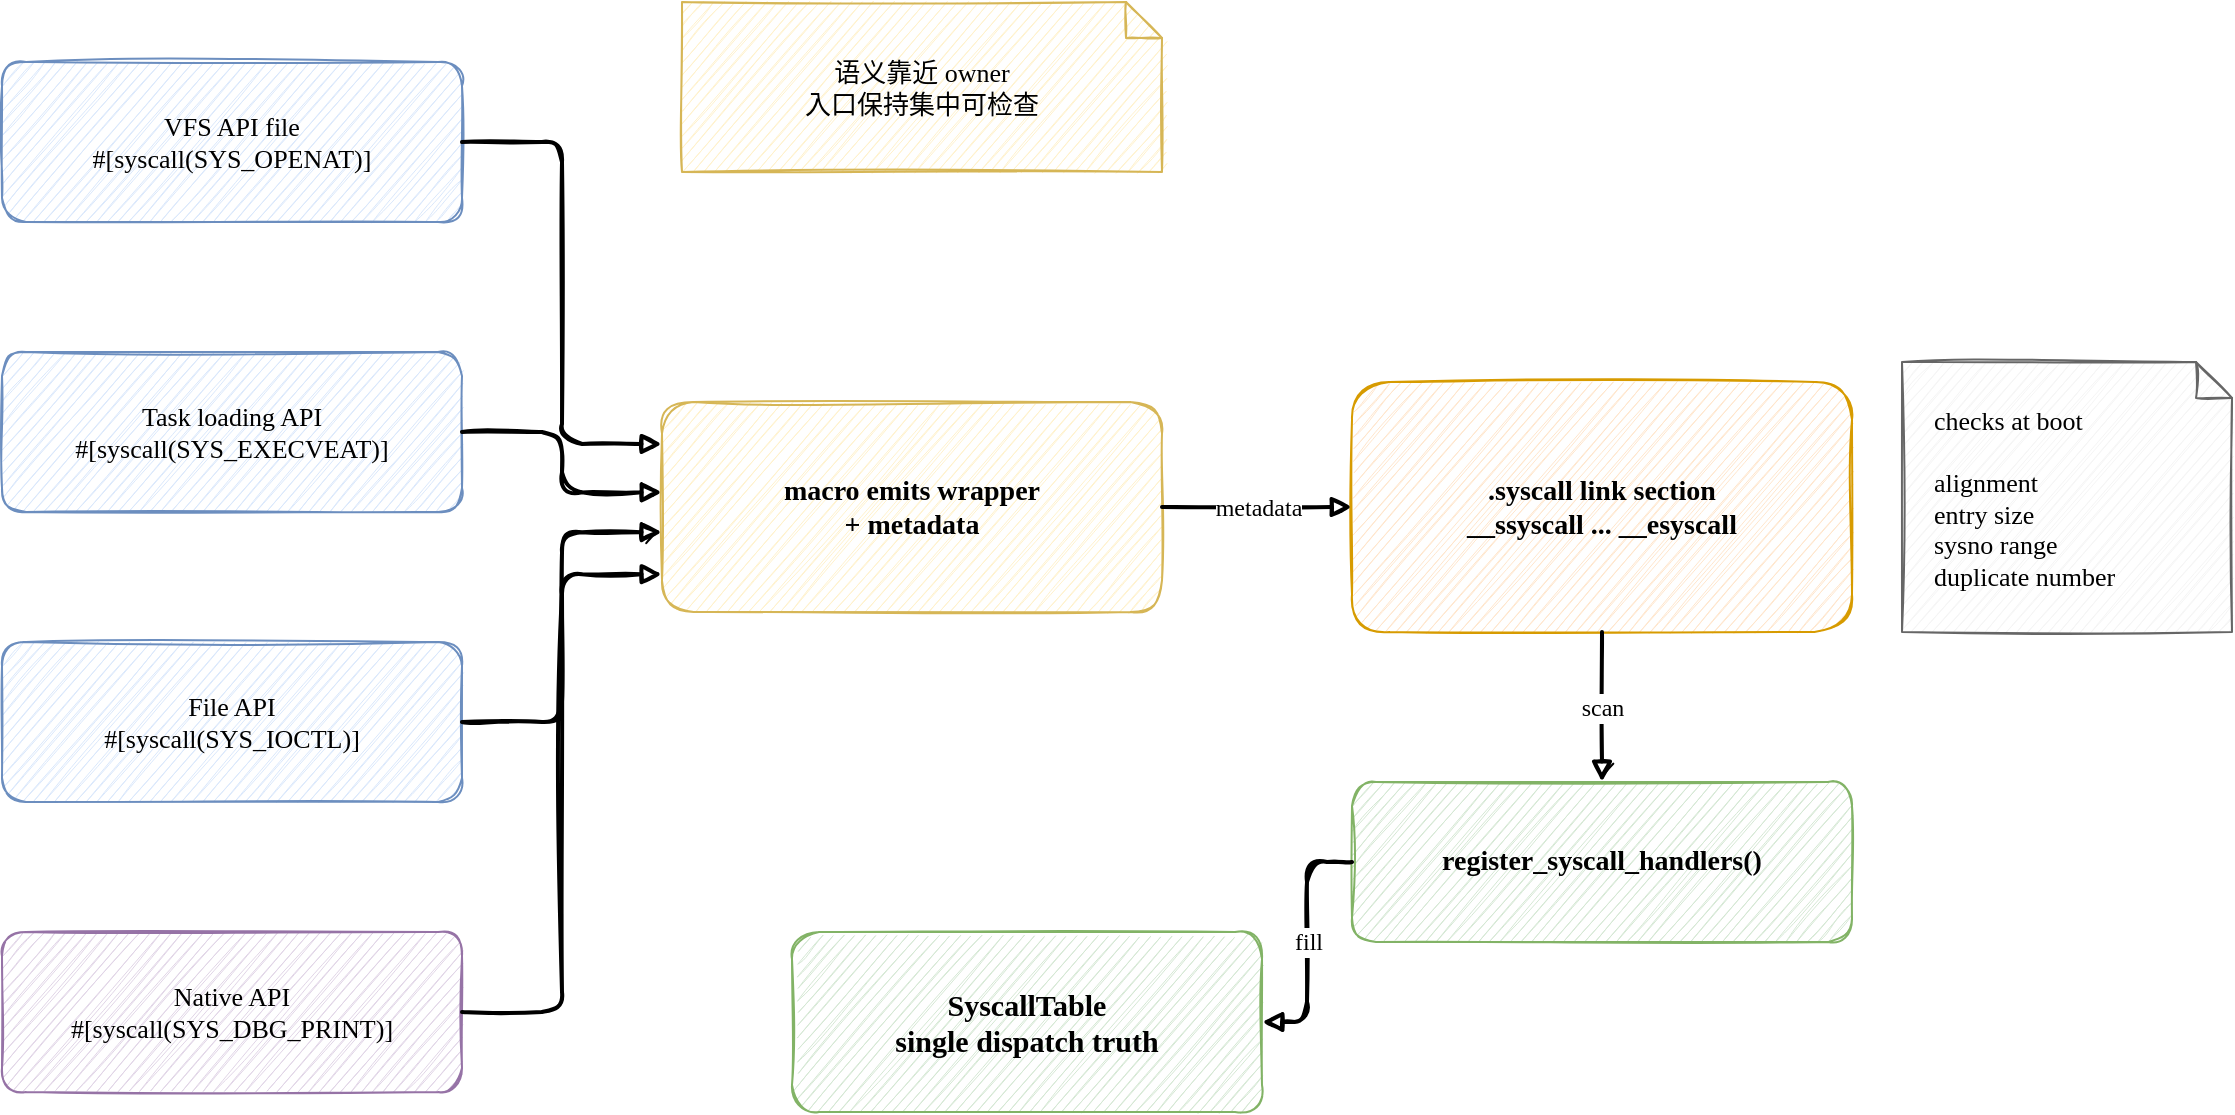
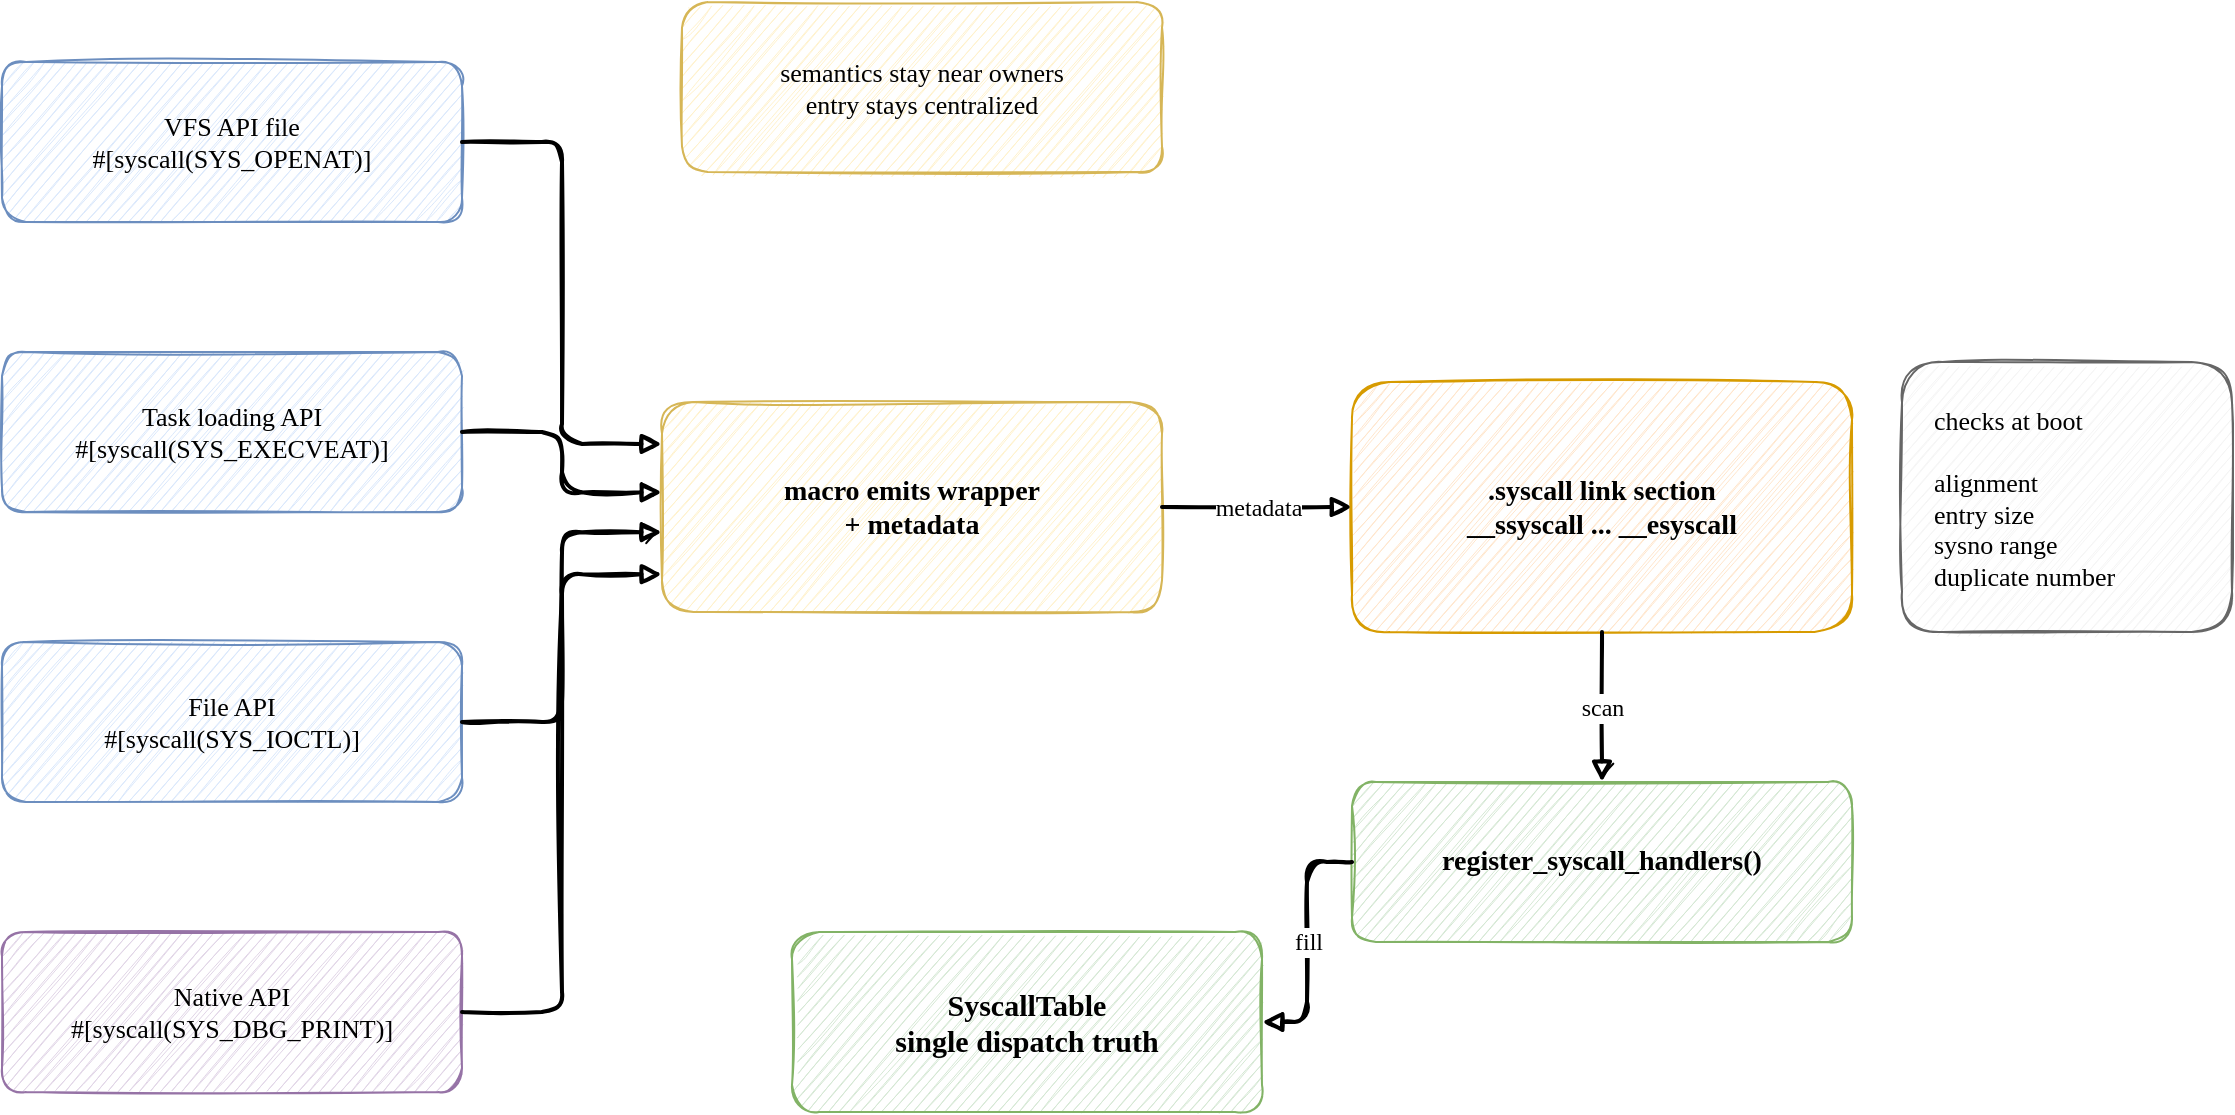
<?xml version="1.0" encoding="UTF-8"?>
- <mxfile host="drawio" version="26.0.0">
+ <mxfile host="drawio" version="30.2.4">
  <diagram name="syscall-registry">
    <mxGraphModel dx="1280" dy="720" grid="1" gridSize="10" guides="1" tooltips="1" connect="1" arrows="1" fold="1" page="1" pageScale="1" pageWidth="1180" pageHeight="700" math="0" shadow="0">
      <root>
        <mxCell id="0" />
        <mxCell id="1" parent="0" />
        <mxCell id="2" value="VFS API file&#xa;#[syscall(SYS_OPENAT)]" style="rounded=1;whiteSpace=wrap;html=1;sketch=1;hachureGap=4;fillColor=#dae8fc;strokeColor=#6c8ebf;fontFamily=Comic Sans MS;fontSize=13;" vertex="1" parent="1">
          <mxGeometry x="50" y="85" width="230" height="80" as="geometry" />
        </mxCell>
        <mxCell id="3" value="Task loading API&#xa;#[syscall(SYS_EXECVEAT)]" style="rounded=1;whiteSpace=wrap;html=1;sketch=1;hachureGap=4;fillColor=#dae8fc;strokeColor=#6c8ebf;fontFamily=Comic Sans MS;fontSize=13;" vertex="1" parent="1">
          <mxGeometry x="50" y="230" width="230" height="80" as="geometry" />
        </mxCell>
        <mxCell id="4" value="File API&#xa;#[syscall(SYS_IOCTL)]" style="rounded=1;whiteSpace=wrap;html=1;sketch=1;hachureGap=4;fillColor=#dae8fc;strokeColor=#6c8ebf;fontFamily=Comic Sans MS;fontSize=13;" vertex="1" parent="1">
          <mxGeometry x="50" y="375" width="230" height="80" as="geometry" />
        </mxCell>
        <mxCell id="5" value="Native API&#xa;#[syscall(SYS_DBG_PRINT)]" style="rounded=1;whiteSpace=wrap;html=1;sketch=1;hachureGap=4;fillColor=#e1d5e7;strokeColor=#9673a6;fontFamily=Comic Sans MS;fontSize=13;" vertex="1" parent="1">
          <mxGeometry x="50" y="520" width="230" height="80" as="geometry" />
        </mxCell>
        <mxCell id="6" value="macro emits wrapper&#xa;+ metadata" style="rounded=1;whiteSpace=wrap;html=1;sketch=1;hachureGap=4;fillColor=#fff2cc;strokeColor=#d6b656;fontFamily=Comic Sans MS;fontSize=14;fontStyle=1;" vertex="1" parent="1">
          <mxGeometry x="380" y="255" width="250" height="105" as="geometry" />
        </mxCell>
        <mxCell id="7" value=".syscall link section&#xa;__ssyscall ... __esyscall" style="rounded=1;whiteSpace=wrap;html=1;sketch=1;hachureGap=4;fillColor=#ffe6cc;strokeColor=#d79b00;fontFamily=Comic Sans MS;fontSize=14;fontStyle=1;" vertex="1" parent="1">
          <mxGeometry x="725" y="245" width="250" height="125" as="geometry" />
        </mxCell>
        <mxCell id="8" value="register_syscall_handlers()" style="rounded=1;whiteSpace=wrap;html=1;sketch=1;hachureGap=4;fillColor=#d5e8d4;strokeColor=#82b366;fontFamily=Comic Sans MS;fontSize=14;fontStyle=1;" vertex="1" parent="1">
          <mxGeometry x="725" y="445" width="250" height="80" as="geometry" />
        </mxCell>
-         <mxCell id="9" value="checks at boot&#xa;&#xa;alignment&#xa;entry size&#xa;sysno range&#xa;duplicate number" style="shape=note;whiteSpace=wrap;html=1;size=18;sketch=1;hachureGap=4;fillColor=#f5f5f5;strokeColor=#666666;fontFamily=Comic Sans MS;fontSize=13;align=left;spacingLeft=14;" vertex="1" parent="1">
+         <mxCell id="9" value="checks at boot&#xa;&#xa;alignment&#xa;entry size&#xa;sysno range&#xa;duplicate number" style="rounded=1;whiteSpace=wrap;html=1;sketch=1;hachureGap=4;fillColor=#f5f5f5;strokeColor=#666666;fontFamily=Comic Sans MS;fontSize=13;align=left;spacingLeft=14;" vertex="1" parent="1">
          <mxGeometry x="1000" y="235" width="165" height="135" as="geometry" />
        </mxCell>
        <mxCell id="11" value="SyscallTable&#xa;single dispatch truth" style="rounded=1;whiteSpace=wrap;html=1;sketch=1;hachureGap=4;fillColor=#d5e8d4;strokeColor=#82b366;fontFamily=Comic Sans MS;fontSize=15;fontStyle=1;" vertex="1" parent="1">
          <mxGeometry x="445" y="520" width="235" height="90" as="geometry" />
        </mxCell>
-         <mxCell id="12" value="语义靠近 owner&#xa;入口保持集中可检查" style="shape=note;whiteSpace=wrap;html=1;size=18;sketch=1;hachureGap=4;fillColor=#fff2cc;strokeColor=#d6b656;fontFamily=Comic Sans MS;fontSize=13;" vertex="1" parent="1">
+         <mxCell id="12" value="semantics stay near owners&#xa;entry stays centralized" style="rounded=1;whiteSpace=wrap;html=1;sketch=1;hachureGap=4;fillColor=#fff2cc;strokeColor=#d6b656;fontFamily=Comic Sans MS;fontSize=13;" vertex="1" parent="1">
          <mxGeometry x="390" y="55" width="240" height="85" as="geometry" />
        </mxCell>
        <mxCell id="13" value="" style="edgeStyle=orthogonalEdgeStyle;rounded=1;orthogonalLoop=1;jettySize=auto;html=1;sketch=1;strokeWidth=2;endArrow=block;exitX=1;exitY=0.5;entryX=0;entryY=0.2;" edge="1" parent="1" source="2" target="6">
          <mxGeometry relative="1" as="geometry" />
        </mxCell>
        <mxCell id="14" value="" style="edgeStyle=orthogonalEdgeStyle;rounded=1;orthogonalLoop=1;jettySize=auto;html=1;sketch=1;strokeWidth=2;endArrow=block;exitX=1;exitY=0.5;entryX=0;entryY=0.43;" edge="1" parent="1" source="3" target="6">
          <mxGeometry relative="1" as="geometry" />
        </mxCell>
        <mxCell id="15" value="" style="edgeStyle=orthogonalEdgeStyle;rounded=1;orthogonalLoop=1;jettySize=auto;html=1;sketch=1;strokeWidth=2;endArrow=block;exitX=1;exitY=0.5;entryX=0;entryY=0.62;" edge="1" parent="1" source="4" target="6">
          <mxGeometry relative="1" as="geometry" />
        </mxCell>
        <mxCell id="16" value="" style="edgeStyle=orthogonalEdgeStyle;rounded=1;orthogonalLoop=1;jettySize=auto;html=1;sketch=1;strokeWidth=2;endArrow=block;exitX=1;exitY=0.5;entryX=0;entryY=0.82;" edge="1" parent="1" source="5" target="6">
          <mxGeometry relative="1" as="geometry" />
        </mxCell>
        <mxCell id="17" value="metadata" style="edgeStyle=orthogonalEdgeStyle;rounded=1;orthogonalLoop=1;jettySize=auto;html=1;sketch=1;strokeWidth=2;endArrow=block;exitX=1;exitY=0.5;entryX=0;entryY=0.5;fontFamily=Comic Sans MS;fontSize=12;" edge="1" parent="1" source="6" target="7">
          <mxGeometry relative="1" as="geometry" />
        </mxCell>
        <mxCell id="18" value="scan" style="edgeStyle=orthogonalEdgeStyle;rounded=1;orthogonalLoop=1;jettySize=auto;html=1;sketch=1;strokeWidth=2;endArrow=block;exitX=0.5;exitY=1;entryX=0.5;entryY=0;fontFamily=Comic Sans MS;fontSize=12;" edge="1" parent="1" source="7" target="8">
          <mxGeometry relative="1" as="geometry" />
        </mxCell>
        <mxCell id="19" value="fill" style="edgeStyle=orthogonalEdgeStyle;rounded=1;orthogonalLoop=1;jettySize=auto;html=1;sketch=1;strokeWidth=2;endArrow=block;exitX=0;exitY=0.5;entryX=1;entryY=0.5;fontFamily=Comic Sans MS;fontSize=12;" edge="1" parent="1" source="8" target="11">
          <mxGeometry relative="1" as="geometry" />
        </mxCell>
      </root>
    </mxGraphModel>
  </diagram>
</mxfile>
